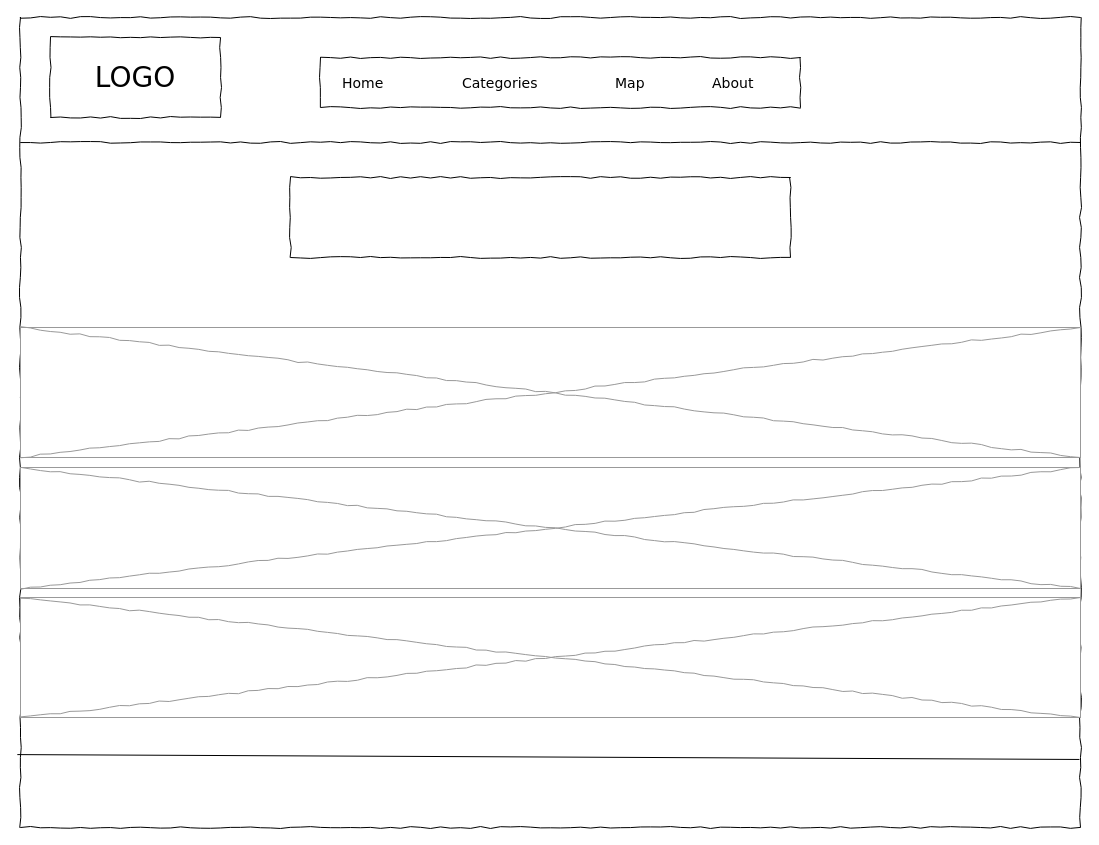
Earlier version of the draw.io diagram Planing/home.drawio (LlynBaum/LlynBaum.github.io). Source tidied: cells renumbered, new cells numbered last; positions are measured from the earlier drawing's top-left corner, leaving out a move shared by most shapes. Both pictures are drawn from the tidied source at 100%, with x=0, y=0 at pixel (20, 17).
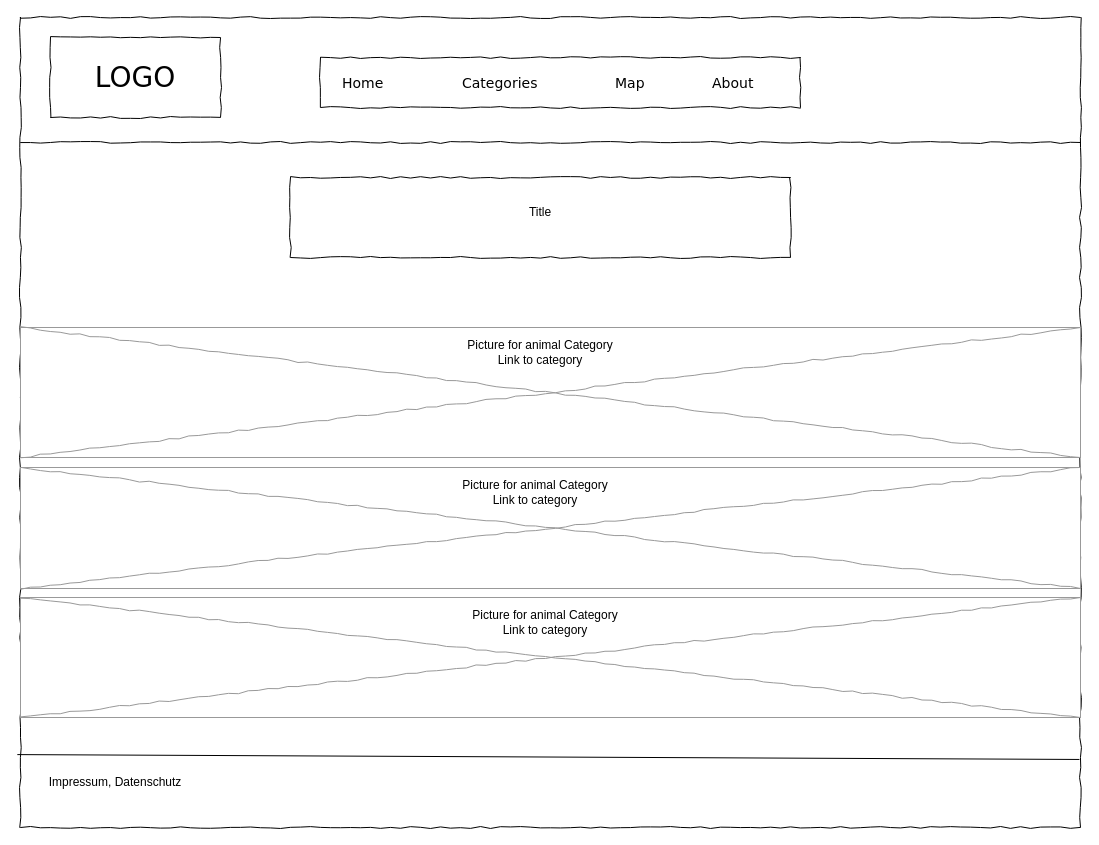
Above is the later version.

The edit, as a diff of the source:
```diff
@@
 <mxGraphModel>
   <root>
     <mxCell id="0" />
     <mxCell id="1" parent="0" />
     <mxCell id="2" style="whiteSpace=wrap;html=1;rounded=0;shadow=0;labelBackgroundColor=none;strokeColor=#000000;strokeWidth=1;fillColor=none;fontFamily=Verdana;fontSize=12;fontColor=#000000;align=center;comic=1;" parent="1" vertex="1">
       <mxGeometry width="1060" height="810" as="geometry" />
     </mxCell>
     <mxCell id="3" value="LOGO" style="whiteSpace=wrap;html=1;rounded=0;shadow=0;labelBackgroundColor=none;strokeWidth=1;fontFamily=Verdana;fontSize=28;align=center;comic=1;" parent="1" vertex="1">
       <mxGeometry x="30" y="20" width="170" height="80" as="geometry" />
     </mxCell>
     <mxCell id="4" style="line;strokeWidth=1;html=1;rounded=0;shadow=0;labelBackgroundColor=none;fillColor=none;fontFamily=Verdana;fontSize=14;fontColor=#000000;align=center;comic=1;" parent="1" vertex="1">
       <mxGeometry y="120" width="1060" height="10" as="geometry" />
     </mxCell>
     <mxCell id="5" style="whiteSpace=wrap;html=1;rounded=0;shadow=0;labelBackgroundColor=none;strokeWidth=1;fillColor=none;fontFamily=Verdana;fontSize=12;align=center;comic=1;" parent="1" vertex="1">
       <mxGeometry x="300" y="40" width="480" height="50" as="geometry" />
     </mxCell>
     <mxCell id="6" value="Home" style="text;html=1;align=left;verticalAlign=top;spacingTop=-4;fontSize=14;fontFamily=Verdana;" parent="1" vertex="1">
       <mxGeometry x="320" y="55" width="60" height="20" as="geometry" />
     </mxCell>
     <mxCell id="7" value="Map" style="text;html=1;align=left;verticalAlign=top;spacingTop=-4;fontSize=14;fontFamily=Verdana;" parent="1" vertex="1">
       <mxGeometry x="593" y="55" width="60" height="20" as="geometry" />
     </mxCell>
     <mxCell id="8" value="About" style="text;html=1;align=left;verticalAlign=top;spacingTop=-4;fontSize=14;fontFamily=Verdana;" parent="1" vertex="1">
       <mxGeometry x="690" y="55" width="60" height="20" as="geometry" />
     </mxCell>
     <mxCell id="9" style="verticalLabelPosition=bottom;shadow=0;dashed=0;align=center;html=1;verticalAlign=top;strokeWidth=1;shape=mxgraph.mockup.graphics.simpleIcon;strokeColor=#999999;rounded=0;labelBackgroundColor=none;fontFamily=Verdana;fontSize=14;fontColor=#000000;comic=1;" parent="1" vertex="1">
       <mxGeometry y="580" width="1060" height="120" as="geometry" />
     </mxCell>
     <mxCell id="10" value="Categories" style="text;html=1;align=left;verticalAlign=top;spacingTop=-4;fontSize=14;fontFamily=Verdana;" parent="1" vertex="1">
       <mxGeometry x="440" y="55" width="83" height="20" as="geometry" />
     </mxCell>
     <mxCell id="11" style="endArrow=none;html=1;rounded=0;exitX=-0.003;exitY=0.91;exitDx=0;exitDy=0;exitPerimeter=0;entryX=0.999;entryY=0.916;entryDx=0;entryDy=0;entryPerimeter=0;shadow=0;jumpStyle=none;" parent="1" edge="1" source="2" target="2">
       <mxGeometry relative="1" as="geometry" />
     </mxCell>
     <mxCell id="12" style="verticalLabelPosition=bottom;shadow=0;dashed=0;align=center;html=1;verticalAlign=top;strokeWidth=1;shape=mxgraph.mockup.graphics.simpleIcon;strokeColor=#999999;rounded=0;labelBackgroundColor=none;fontFamily=Verdana;fontSize=14;fontColor=#000000;comic=1;" parent="1" vertex="1">
       <mxGeometry y="450" width="1060" height="121" as="geometry" />
     </mxCell>
     <mxCell id="13" style="verticalLabelPosition=bottom;shadow=0;dashed=0;align=center;html=1;verticalAlign=top;strokeWidth=1;shape=mxgraph.mockup.graphics.simpleIcon;strokeColor=#999999;rounded=0;labelBackgroundColor=none;fontFamily=Verdana;fontSize=14;fontColor=#000000;comic=1;" parent="1" vertex="1">
       <mxGeometry y="310" width="1060" height="130" as="geometry" />
     </mxCell>
     <mxCell id="14" style="whiteSpace=wrap;html=1;rounded=0;shadow=0;labelBackgroundColor=none;strokeWidth=1;fillColor=none;fontFamily=Verdana;fontSize=12;align=center;comic=1;" parent="1" vertex="1">
       <mxGeometry x="270" y="160" width="500" height="80" as="geometry" />
     </mxCell>
+    <mxCell id="15" value="Picture for animal Category&lt;br&gt;Link to category" style="text;html=1;strokeColor=none;fillColor=none;align=center;verticalAlign=middle;whiteSpace=wrap;rounded=0;" parent="1" vertex="1">
+      <mxGeometry x="435" y="320" width="170" height="30" as="geometry" />
+    </mxCell>
+    <mxCell id="16" value="Picture for animal Category&lt;br style=&quot;border-color: var(--border-color);&quot;&gt;Link to category" style="text;html=1;strokeColor=none;fillColor=none;align=center;verticalAlign=middle;whiteSpace=wrap;rounded=0;" parent="1" vertex="1">
+      <mxGeometry x="430" y="460" width="170" height="30" as="geometry" />
+    </mxCell>
+    <mxCell id="17" value="Picture for animal Category&lt;br style=&quot;border-color: var(--border-color);&quot;&gt;Link to category" style="text;html=1;strokeColor=none;fillColor=none;align=center;verticalAlign=middle;whiteSpace=wrap;rounded=0;" parent="1" vertex="1">
+      <mxGeometry x="440" y="590" width="170" height="30" as="geometry" />
+    </mxCell>
+    <mxCell id="18" value="Impressum, Datenschutz" style="text;html=1;strokeColor=none;fillColor=none;align=center;verticalAlign=middle;whiteSpace=wrap;rounded=0;" parent="1" vertex="1">
+      <mxGeometry x="10" y="750" width="170" height="30" as="geometry" />
+    </mxCell>
+    <mxCell id="19" value="Title" style="text;html=1;strokeColor=none;fillColor=none;align=center;verticalAlign=middle;whiteSpace=wrap;rounded=0;" parent="1" vertex="1">
+      <mxGeometry x="300" y="180" width="440" height="30" as="geometry" />
+    </mxCell>
   </root>
 </mxGraphModel>
```
